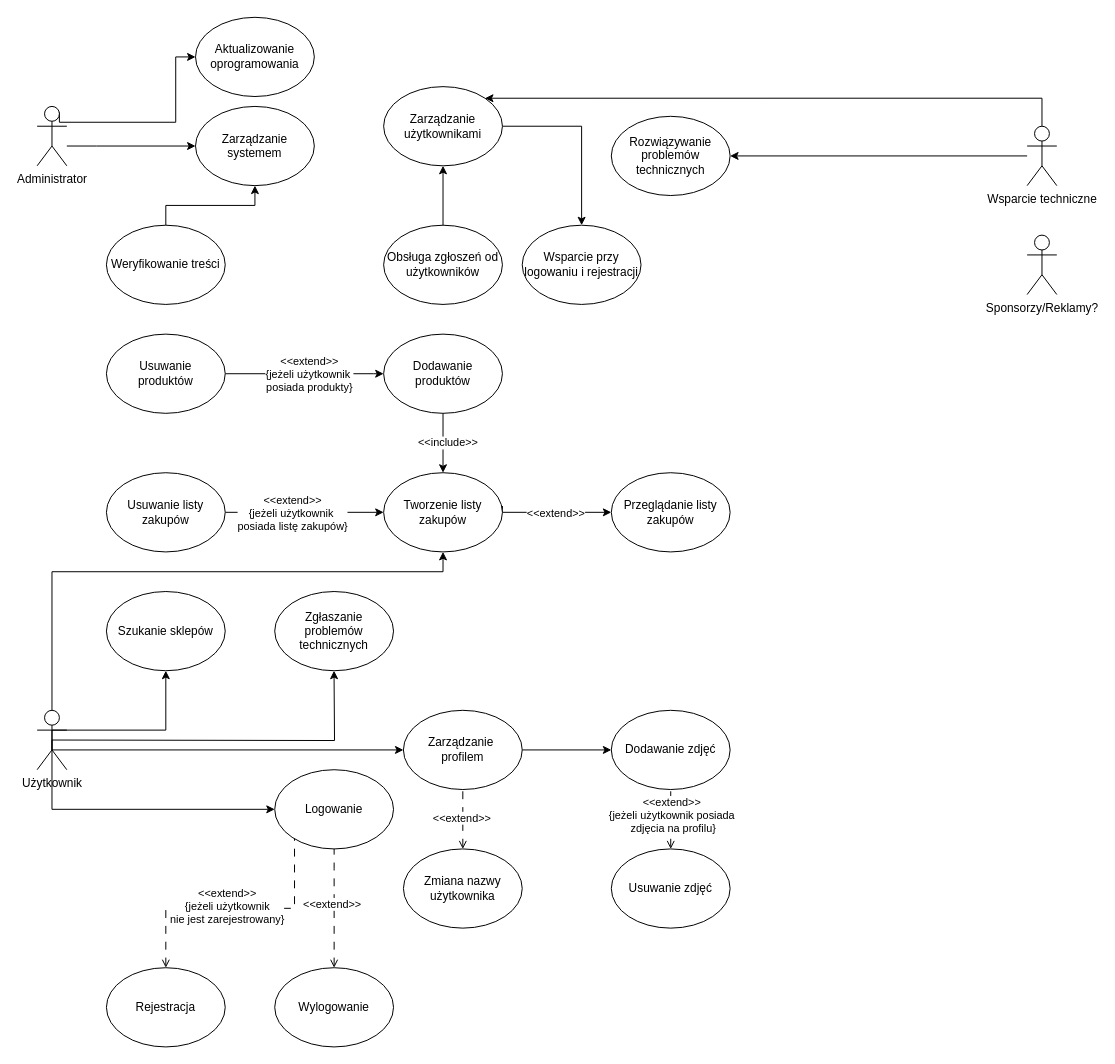
przemekszw/ReactApp keeps this draw.io diagram as Untitled Diagram.drawio. Above is the earlier version. Source tidied: cells renumbered, new cells numbered last; positions are measured from the earlier drawing's top-left corner, leaving out a move shared by most shapes. Both pictures are drawn from the tidied source at 99%, with x=0, y=0 at pixel (37, 17).
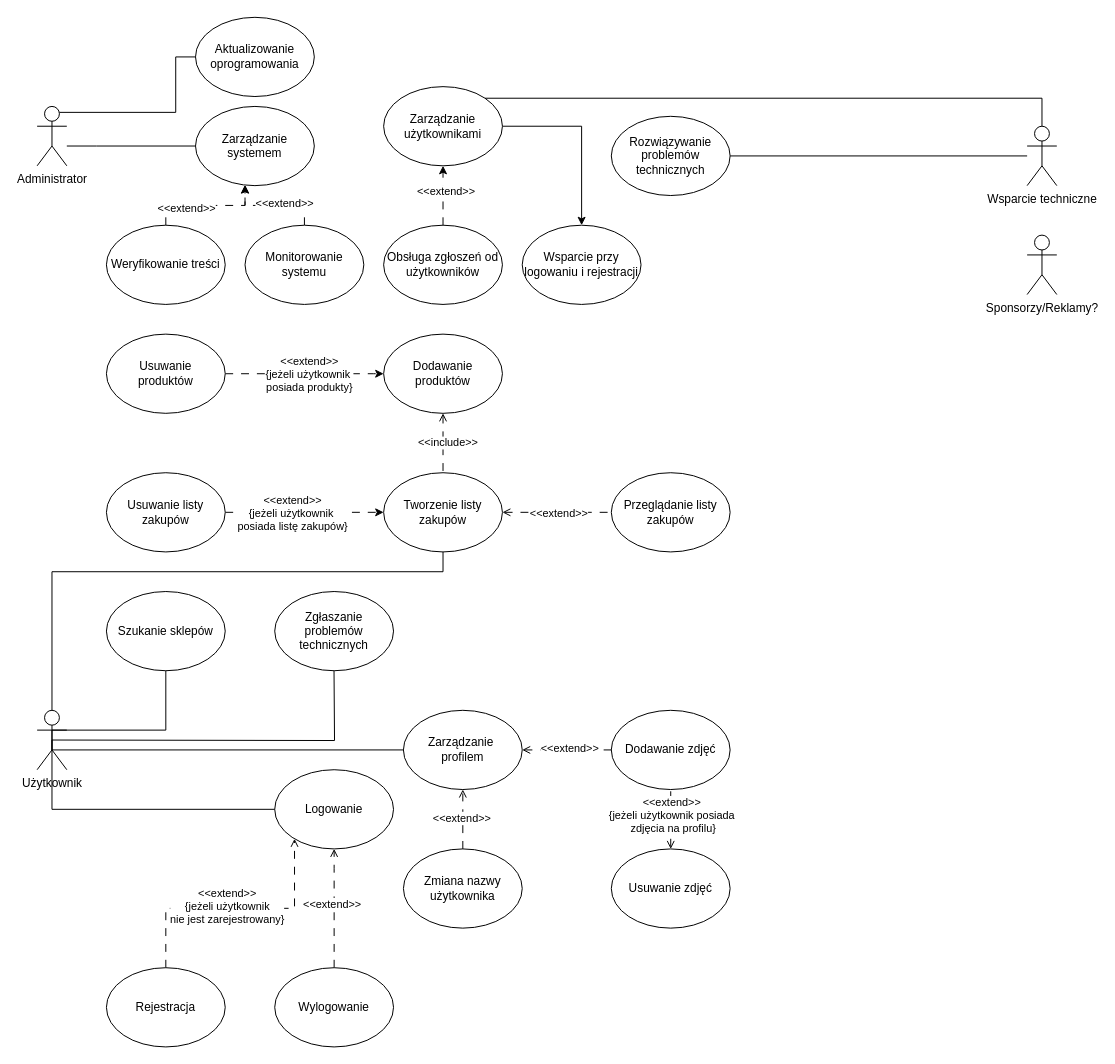
The same diagram, later.

Unchanged cells that the change refers to:
```xml
<mxCell id="4" value="&lt;div&gt;Administrator&lt;/div&gt;" style="shape=umlActor;verticalLabelPosition=bottom;verticalAlign=top;html=1;outlineConnect=0;" parent="1" vertex="1">
  <mxGeometry y="90" width="30" height="60" as="geometry" />
</mxCell>
<mxCell id="10" value="&lt;div&gt;Użytkownik&lt;/div&gt;" style="shape=umlActor;verticalLabelPosition=bottom;verticalAlign=top;html=1;outlineConnect=0;" parent="1" vertex="1">
  <mxGeometry y="700" width="30" height="60" as="geometry" />
</mxCell>
<mxCell id="11" value="&lt;div&gt;Aktualizowanie oprogramowania&lt;/div&gt;" style="ellipse;whiteSpace=wrap;html=1;" parent="1" vertex="1">
  <mxGeometry x="160" width="120" height="80" as="geometry" />
</mxCell>
<mxCell id="12" value="Przeglądanie listy zakupów" style="ellipse;whiteSpace=wrap;html=1;" parent="1" vertex="1">
  <mxGeometry x="580" y="460" width="120" height="80" as="geometry" />
</mxCell>
<mxCell id="15" value="Tworzenie listy zakupów" style="ellipse;whiteSpace=wrap;html=1;" parent="1" vertex="1">
  <mxGeometry x="350" y="460" width="120" height="80" as="geometry" />
</mxCell>
<mxCell id="16" value="&lt;div&gt;Dodawanie zdjęć&lt;/div&gt;" style="ellipse;whiteSpace=wrap;html=1;" parent="1" vertex="1">
  <mxGeometry x="580" y="700" width="120" height="80" as="geometry" />
</mxCell>
<mxCell id="17" value="&lt;div&gt;Logowanie&lt;/div&gt;" style="ellipse;whiteSpace=wrap;html=1;" parent="1" vertex="1">
  <mxGeometry x="240" y="760" width="120" height="80" as="geometry" />
</mxCell>
<mxCell id="19" value="&lt;div&gt;Rejestracja&lt;/div&gt;" style="ellipse;whiteSpace=wrap;html=1;" parent="1" vertex="1">
  <mxGeometry x="70" y="960" width="120" height="80" as="geometry" />
</mxCell>
<mxCell id="20" value="Szukanie sklepów" style="ellipse;whiteSpace=wrap;html=1;" parent="1" vertex="1">
  <mxGeometry x="70" y="580" width="120" height="80" as="geometry" />
</mxCell>
<mxCell id="22" value="Zarządzanie użytkownikami" style="ellipse;whiteSpace=wrap;html=1;" parent="1" vertex="1">
  <mxGeometry x="350" y="70" width="120" height="80" as="geometry" />
</mxCell>
<mxCell id="23" value="Zarządzanie systemem" style="ellipse;whiteSpace=wrap;html=1;" parent="1" vertex="1">
  <mxGeometry x="160" y="90" width="120" height="80" as="geometry" />
</mxCell>
<mxCell id="25" value="Weryfikowanie treści" style="ellipse;whiteSpace=wrap;html=1;" parent="1" vertex="1">
  <mxGeometry x="70" y="210" width="120" height="80" as="geometry" />
</mxCell>
<mxCell id="28" value="&lt;div&gt;Wsparcie techniczne&lt;/div&gt;" style="shape=umlActor;verticalLabelPosition=bottom;verticalAlign=top;html=1;outlineConnect=0;" parent="1" vertex="1">
  <mxGeometry x="1000" y="110" width="30" height="60" as="geometry" />
</mxCell>
<mxCell id="31" value="Obsługa zgłoszeń od użytkowników" style="ellipse;whiteSpace=wrap;html=1;" parent="1" vertex="1">
  <mxGeometry x="350" y="210" width="120" height="80" as="geometry" />
</mxCell>
<mxCell id="32" value="Rozwiązywanie problemów technicznych" style="ellipse;whiteSpace=wrap;html=1;" parent="1" vertex="1">
  <mxGeometry x="580" y="100" width="120" height="80" as="geometry" />
</mxCell>
<mxCell id="37" value="Usuwanie listy zakupów" style="ellipse;whiteSpace=wrap;html=1;" parent="1" vertex="1">
  <mxGeometry x="70" y="460" width="120" height="80" as="geometry" />
</mxCell>
<mxCell id="40" value="Dodawanie produktów" style="ellipse;whiteSpace=wrap;html=1;" parent="1" vertex="1">
  <mxGeometry x="350" y="320" width="120" height="80" as="geometry" />
</mxCell>
<mxCell id="42" value="&lt;div&gt;Zarządzanie&amp;nbsp;&lt;/div&gt;&lt;div&gt;profilem&lt;/div&gt;" style="ellipse;whiteSpace=wrap;html=1;" parent="1" vertex="1">
  <mxGeometry x="370" y="700" width="120" height="80" as="geometry" />
</mxCell>
<mxCell id="45" value="&lt;div&gt;Zmiana nazwy użytkownika&lt;/div&gt;" style="ellipse;whiteSpace=wrap;html=1;" parent="1" vertex="1">
  <mxGeometry x="370" y="840" width="120" height="80" as="geometry" />
</mxCell>
<mxCell id="48" value="Wylogowanie" style="ellipse;whiteSpace=wrap;html=1;" parent="1" vertex="1">
  <mxGeometry x="240" y="960" width="120" height="80" as="geometry" />
</mxCell>
<mxCell id="51" value="&lt;div&gt;Usuwanie&lt;/div&gt;&lt;div&gt;produktów&lt;/div&gt;" style="ellipse;whiteSpace=wrap;html=1;" parent="1" vertex="1">
  <mxGeometry x="70" y="320" width="120" height="80" as="geometry" />
</mxCell>
```

Diff of the diagram source:
```diff
@@
-    <mxCell id="2" style="edgeStyle=orthogonalEdgeStyle;rounded=0;jettySize=auto;html=1;" parent="1" edge="1" source="4" target="23">
+    <mxCell id="2" style="edgeStyle=orthogonalEdgeStyle;rounded=0;jettySize=auto;html=1;startArrow=none;startFill=0;endArrow=none;endFill=0;" parent="1" edge="1" source="4" target="23">
       <mxGeometry relative="1" as="geometry">
         <Array as="points">
           <mxPoint x="60" y="130" />
           <mxPoint x="60" y="130" />
         </Array>
       </mxGeometry>
     </mxCell>
-    <mxCell id="3" style="edgeStyle=orthogonalEdgeStyle;rounded=0;jettySize=auto;html=1;exitX=0.75;exitY=0.1;exitDx=0;exitDy=0;exitPerimeter=0;entryX=0;entryY=0.5;entryDx=0;entryDy=0;" parent="1" edge="1" source="4" target="11">
+    <mxCell id="3" style="edgeStyle=orthogonalEdgeStyle;rounded=0;jettySize=auto;html=1;exitX=0.75;exitY=0.1;exitDx=0;exitDy=0;exitPerimeter=0;entryX=0;entryY=0.5;entryDx=0;entryDy=0;endArrow=none;endFill=0;" parent="1" edge="1" source="4" target="11">
       <mxGeometry relative="1" as="geometry">
         <Array as="points">
-          <mxPoint x="22" y="106" />
-          <mxPoint x="140" y="106" />
+          <mxPoint x="140" y="96" />
           <mxPoint x="140" y="40" />
         </Array>
       </mxGeometry>
     </mxCell>
@@
-    <mxCell id="5" style="edgeStyle=orthogonalEdgeStyle;rounded=0;jettySize=auto;html=1;endArrow=none;endFill=0;startArrow=open;startFill=0;dashed=1;dashPattern=8 8;" parent="1" edge="1" source="19" target="17">
+    <mxCell id="5" style="edgeStyle=orthogonalEdgeStyle;rounded=0;jettySize=auto;html=1;endArrow=open;endFill=0;startArrow=none;startFill=0;dashed=1;dashPattern=8 8;" parent="1" edge="1" source="19" target="17">
       <mxGeometry relative="1" as="geometry">
         <Array as="points">
           <mxPoint x="130" y="900" />
           <mxPoint x="260" y="900" />
         </Array>
       </mxGeometry>
     </mxCell>
@@
-    <mxCell id="7" style="edgeStyle=orthogonalEdgeStyle;rounded=0;jettySize=auto;html=1;exitX=0.5;exitY=0.5;exitDx=0;exitDy=0;exitPerimeter=0;entryX=0;entryY=0.5;entryDx=0;entryDy=0;" parent="1" edge="1" source="10" target="42">
+    <mxCell id="7" style="edgeStyle=orthogonalEdgeStyle;rounded=0;jettySize=auto;html=1;exitX=0.5;exitY=0.5;exitDx=0;exitDy=0;exitPerimeter=0;entryX=0;entryY=0.5;entryDx=0;entryDy=0;endArrow=none;endFill=0;" parent="1" edge="1" source="10" target="42">
       <mxGeometry relative="1" as="geometry">
         <Array as="points">
           <mxPoint x="15" y="740" />
         </Array>
       </mxGeometry>
     </mxCell>
-    <mxCell id="8" style="edgeStyle=orthogonalEdgeStyle;rounded=0;jettySize=auto;html=1;exitX=0.5;exitY=0.5;exitDx=0;exitDy=0;exitPerimeter=0;entryX=0.5;entryY=1;entryDx=0;entryDy=0;" parent="1" edge="1" source="10" target="20">
+    <mxCell id="8" style="edgeStyle=orthogonalEdgeStyle;rounded=0;jettySize=auto;html=1;exitX=0.5;exitY=0.5;exitDx=0;exitDy=0;exitPerimeter=0;entryX=0.5;entryY=1;entryDx=0;entryDy=0;endArrow=none;endFill=0;" parent="1" edge="1" source="10" target="20">
       <mxGeometry relative="1" as="geometry">
         <Array as="points">
           <mxPoint x="15" y="720" />
           <mxPoint x="130" y="720" />
         </Array>
       </mxGeometry>
     </mxCell>
-    <mxCell id="9" style="edgeStyle=orthogonalEdgeStyle;rounded=0;orthogonalLoop=1;jettySize=auto;html=1;exitX=0.5;exitY=0.5;exitDx=0;exitDy=0;exitPerimeter=0;entryX=0.5;entryY=1;entryDx=0;entryDy=0;" parent="1" edge="1">
+    <mxCell id="9" style="edgeStyle=orthogonalEdgeStyle;rounded=0;orthogonalLoop=1;jettySize=auto;html=1;exitX=0.5;exitY=0.5;exitDx=0;exitDy=0;exitPerimeter=0;entryX=0.5;entryY=1;entryDx=0;entryDy=0;endArrow=none;endFill=0;" parent="1" edge="1">
       <mxGeometry relative="1" as="geometry">
         <mxPoint x="15" y="730" as="sourcePoint" />
         <mxPoint x="299.9" y="660" as="targetPoint" />
       </mxGeometry>
     </mxCell>
@@
-    <mxCell id="13" style="edgeStyle=orthogonalEdgeStyle;rounded=0;jettySize=auto;html=1;entryX=0;entryY=0.5;entryDx=0;entryDy=0;exitX=1;exitY=0.42;exitDx=0;exitDy=0;exitPerimeter=0;" parent="1" edge="1" source="15" target="12">
-      <mxGeometry relative="1" as="geometry">
-        <Array as="points">
-          <mxPoint x="470" y="500" />
-          <mxPoint x="580" y="500" />
-        </Array>
-      </mxGeometry>
+    <mxCell id="13" style="edgeStyle=orthogonalEdgeStyle;rounded=0;jettySize=auto;html=1;entryX=0;entryY=0.5;entryDx=0;entryDy=0;exitX=1;exitY=0.5;exitDx=0;exitDy=0;startArrow=open;startFill=0;endArrow=none;endFill=0;dashed=1;dashPattern=8 8;" parent="1" edge="1" source="15" target="12">
+      <mxGeometry relative="1" as="geometry" />
     </mxCell>
@@
-    <mxCell id="18" style="edgeStyle=orthogonalEdgeStyle;rounded=0;jettySize=auto;html=1;exitX=0.5;exitY=0.5;exitDx=0;exitDy=0;exitPerimeter=0;" parent="1" edge="1" source="10" target="17">
+    <mxCell id="18" style="edgeStyle=orthogonalEdgeStyle;rounded=0;jettySize=auto;html=1;exitX=0.5;exitY=0.5;exitDx=0;exitDy=0;exitPerimeter=0;endArrow=none;endFill=0;" parent="1" edge="1" source="10" target="17">
       <mxGeometry relative="1" as="geometry">
         <Array as="points">
           <mxPoint x="15" y="800" />
           <mxPoint x="300" y="800" />
         </Array>
       </mxGeometry>
     </mxCell>
@@
-    <mxCell id="24" style="edgeStyle=orthogonalEdgeStyle;rounded=0;jettySize=auto;html=1;" parent="1" edge="1" source="25" target="23">
-      <mxGeometry relative="1" as="geometry" />
+    <mxCell id="24" style="edgeStyle=orthogonalEdgeStyle;rounded=0;jettySize=auto;html=1;dashed=1;dashPattern=8 8;" parent="1" edge="1" source="25" target="23">
+      <mxGeometry relative="1" as="geometry">
+        <Array as="points">
+          <mxPoint x="130" y="190" />
+          <mxPoint x="210" y="190" />
+        </Array>
+      </mxGeometry>
     </mxCell>
+    <mxCell id="56" value="&amp;lt;&amp;lt;extend&amp;gt;&amp;gt;" style="edgeLabel;html=1;align=center;verticalAlign=middle;" parent="24" vertex="1">
+      <mxGeometry x="-0.34" y="-2" relative="1" as="geometry" />
+    </mxCell>
@@
-    <mxCell id="26" style="edgeStyle=orthogonalEdgeStyle;rounded=0;jettySize=auto;html=1;" parent="1" edge="1" source="28" target="32">
+    <mxCell id="26" style="edgeStyle=orthogonalEdgeStyle;rounded=0;jettySize=auto;html=1;endArrow=none;endFill=0;" parent="1" edge="1" source="28" target="32">
       <mxGeometry relative="1" as="geometry" />
     </mxCell>
-    <mxCell id="27" style="edgeStyle=orthogonalEdgeStyle;rounded=0;jettySize=auto;html=1;exitX=0.5;exitY=0;exitDx=0;exitDy=0;exitPerimeter=0;entryX=1;entryY=0;entryDx=0;entryDy=0;" parent="1" edge="1" source="28" target="22">
+    <mxCell id="27" style="edgeStyle=orthogonalEdgeStyle;rounded=0;jettySize=auto;html=1;exitX=0.5;exitY=0;exitDx=0;exitDy=0;exitPerimeter=0;entryX=1;entryY=0;entryDx=0;entryDy=0;endArrow=none;endFill=0;" parent="1" edge="1" source="28" target="22">
       <mxGeometry relative="1" as="geometry" />
     </mxCell>
@@
-    <mxCell id="30" style="edgeStyle=orthogonalEdgeStyle;rounded=0;jettySize=auto;html=1;" parent="1" edge="1" source="31" target="22">
+    <mxCell id="30" style="edgeStyle=orthogonalEdgeStyle;rounded=0;jettySize=auto;html=1;dashed=1;dashPattern=8 8;" parent="1" edge="1" source="31" target="22">
       <mxGeometry relative="1" as="geometry" />
     </mxCell>
+    <mxCell id="57" value="&amp;lt;&amp;lt;extend&amp;gt;&amp;gt;" style="edgeLabel;html=1;align=center;verticalAlign=middle;" parent="30" vertex="1">
+      <mxGeometry x="0.17" y="-2" relative="1" as="geometry" />
+    </mxCell>
@@
-    <mxCell id="35" style="edgeStyle=orthogonalEdgeStyle;rounded=0;jettySize=auto;html=1;" parent="1" edge="1" source="37" target="15">
+    <mxCell id="35" style="edgeStyle=orthogonalEdgeStyle;rounded=0;jettySize=auto;html=1;dashed=1;dashPattern=8 8;" parent="1" edge="1" source="37" target="15">
       <mxGeometry relative="1" as="geometry" />
     </mxCell>
@@
-    <mxCell id="38" style="edgeStyle=orthogonalEdgeStyle;rounded=0;jettySize=auto;html=1;" parent="1" edge="1" source="40" target="15">
+    <mxCell id="38" style="edgeStyle=orthogonalEdgeStyle;rounded=0;jettySize=auto;html=1;startArrow=open;startFill=0;endArrow=none;endFill=0;dashed=1;dashPattern=8 8;" parent="1" edge="1" source="40" target="15">
       <mxGeometry relative="1" as="geometry" />
     </mxCell>
@@
-    <mxCell id="41" style="edgeStyle=orthogonalEdgeStyle;rounded=0;jettySize=auto;html=1;" parent="1" edge="1" source="42" target="16">
+    <mxCell id="41" style="edgeStyle=orthogonalEdgeStyle;rounded=0;jettySize=auto;html=1;startArrow=open;startFill=0;endArrow=none;endFill=0;dashed=1;dashPattern=8 8;" parent="1" edge="1" source="42" target="16">
       <mxGeometry relative="1" as="geometry" />
     </mxCell>
+    <mxCell id="58" value="&amp;lt;&amp;lt;extend&amp;gt;&amp;gt;" style="edgeLabel;html=1;align=center;verticalAlign=middle;" parent="41" vertex="1">
+      <mxGeometry x="0.04" y="2" relative="1" as="geometry" />
+    </mxCell>
@@
-    <mxCell id="43" style="edgeStyle=orthogonalEdgeStyle;rounded=0;jettySize=auto;html=1;endArrow=none;endFill=0;startArrow=open;startFill=0;dashed=1;dashPattern=8 8;" parent="1" edge="1" source="45" target="42">
+    <mxCell id="43" style="edgeStyle=orthogonalEdgeStyle;rounded=0;jettySize=auto;html=1;endArrow=open;endFill=0;startArrow=none;startFill=0;dashed=1;dashPattern=8 8;" parent="1" edge="1" source="45" target="42">
       <mxGeometry relative="1" as="geometry" />
     </mxCell>
@@
-    <mxCell id="46" style="edgeStyle=orthogonalEdgeStyle;rounded=0;jettySize=auto;html=1;startArrow=open;startFill=0;endArrow=none;endFill=0;dashed=1;dashPattern=8 8;exitX=0.5;exitY=0;exitDx=0;exitDy=0;" parent="1" edge="1" source="48">
+    <mxCell id="46" style="edgeStyle=orthogonalEdgeStyle;rounded=0;jettySize=auto;html=1;startArrow=none;startFill=0;endArrow=open;endFill=0;dashed=1;dashPattern=8 8;exitX=0.5;exitY=0;exitDx=0;exitDy=0;" parent="1" edge="1" source="48">
       <mxGeometry relative="1" as="geometry">
         <mxPoint x="300" y="840" as="targetPoint" />
         <Array as="points">
           <mxPoint x="300" y="860" />
           <mxPoint x="300" y="860" />
         </Array>
       </mxGeometry>
     </mxCell>
@@
-    <mxCell id="49" style="edgeStyle=orthogonalEdgeStyle;rounded=0;jettySize=auto;html=1;exitX=1;exitY=0.5;exitDx=0;exitDy=0;entryX=0;entryY=0.5;entryDx=0;entryDy=0;" parent="1" edge="1" source="51" target="40">
+    <mxCell id="49" style="edgeStyle=orthogonalEdgeStyle;rounded=0;jettySize=auto;html=1;exitX=1;exitY=0.5;exitDx=0;exitDy=0;entryX=0;entryY=0.5;entryDx=0;entryDy=0;dashed=1;dashPattern=8 8;" parent="1" edge="1" source="51" target="40">
       <mxGeometry relative="1" as="geometry">
         <Array as="points">
           <mxPoint x="340" y="360" />
           <mxPoint x="340" y="360" />
         </Array>
       </mxGeometry>
     </mxCell>
@@
-    <mxCell id="55" style="edgeStyle=orthogonalEdgeStyle;rounded=0;jettySize=auto;html=1;exitX=0.5;exitY=0;exitDx=0;exitDy=0;exitPerimeter=0;entryX=0.5;entryY=1;entryDx=0;entryDy=0;" parent="1" edge="1" source="10" target="15">
+    <mxCell id="55" style="edgeStyle=orthogonalEdgeStyle;rounded=0;jettySize=auto;html=1;exitX=0.5;exitY=0;exitDx=0;exitDy=0;exitPerimeter=0;entryX=0.5;entryY=1;entryDx=0;entryDy=0;endArrow=none;endFill=0;" parent="1" edge="1" source="10" target="15">
       <mxGeometry relative="1" as="geometry">
         <Array as="points">
           <mxPoint x="15" y="560" />
           <mxPoint x="410" y="560" />
         </Array>
       </mxGeometry>
     </mxCell>
+    <mxCell id="59" style="edgeStyle=orthogonalEdgeStyle;rounded=0;jettySize=auto;html=1;dashed=1;dashPattern=8 8;" parent="1" edge="1" source="61" target="23">
+      <mxGeometry relative="1" as="geometry">
+        <Array as="points">
+          <mxPoint x="270" y="190" />
+          <mxPoint x="210" y="190" />
+        </Array>
+      </mxGeometry>
+    </mxCell>
+    <mxCell id="60" value="&amp;lt;&amp;lt;extend&amp;gt;&amp;gt;" style="edgeLabel;html=1;align=center;verticalAlign=middle;" parent="59" vertex="1">
+      <mxGeometry x="-0.18" y="-3" relative="1" as="geometry" />
+    </mxCell>
+    <mxCell id="61" value="&lt;div&gt;Monitorowanie&lt;/div&gt;&lt;div&gt;systemu&lt;/div&gt;" style="ellipse;whiteSpace=wrap;html=1;" parent="1" vertex="1">
+      <mxGeometry x="210" y="210" width="120" height="80" as="geometry" />
+    </mxCell>
```
